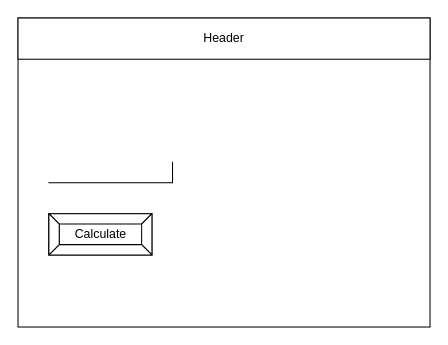
This is design/story-board.drawio from Chloe-Havel/ICS20-assinment-5, a draw.io file, before an edit. Source tidied: cells renumbered, new cells numbered last; positions are measured from the earlier drawing's top-left corner, leaving out a move shared by most shapes. Both pictures are drawn from the tidied source at 103%, with x=0, y=0 at pixel (18, 18).
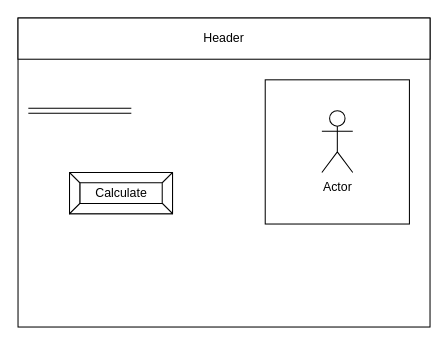
Above is the later version.

Change to the diagram source:
```diff
@@
 <mxGraphModel>
   <root>
     <mxCell id="0" />
     <mxCell id="1" parent="0" />
-    <mxCell id="2" style="rounded=0;whiteSpace=wrap;html=1;" parent="1" vertex="1">
-      <mxGeometry width="400" height="300" as="geometry" />
-    </mxCell>
+    <mxCell id="5" style="rounded=0;whiteSpace=wrap;html=1;" parent="1" vertex="1">
+      <mxGeometry width="400" height="300" as="geometry" />
+    </mxCell>
     <mxCell id="3" value="Header" style="rounded=0;whiteSpace=wrap;html=1;" parent="1" vertex="1">
       <mxGeometry width="400" height="40" as="geometry" />
     </mxCell>
-    <mxCell id="4" style="shape=partialRectangle;whiteSpace=wrap;html=1;top=0;left=0;fillColor=none;" parent="1" vertex="1">
-      <mxGeometry x="30" y="140" width="120" height="20" as="geometry" />
-    </mxCell>
-    <mxCell id="5" value="Calculate" style="labelPosition=center;verticalLabelPosition=middle;align=center;html=1;shape=mxgraph.basic.button;dx=10;" parent="1" vertex="1">
-      <mxGeometry x="30" y="190" width="100" height="40" as="geometry" />
-    </mxCell>
+    <mxCell id="6" value="Calculate" style="labelPosition=center;verticalLabelPosition=middle;align=center;html=1;shape=mxgraph.basic.button;dx=10;" parent="1" vertex="1">
+      <mxGeometry x="50" y="150" width="100" height="40" as="geometry" />
+    </mxCell>
+    <mxCell id="7" style="shape=link;html=1;width=-5;" parent="1" edge="1">
+      <mxGeometry relative="1" as="geometry">
+        <mxPoint x="10" y="90" as="sourcePoint" />
+        <mxPoint x="110" y="90" as="targetPoint" />
+      </mxGeometry>
+    </mxCell>
+    <mxCell id="8" style="whiteSpace=wrap;html=1;" parent="1" vertex="1">
+      <mxGeometry x="240" y="60" width="140" height="140" as="geometry" />
+    </mxCell>
+    <mxCell id="9" value="Actor" style="shape=umlActor;verticalLabelPosition=bottom;verticalAlign=top;html=1;" parent="1" vertex="1">
+      <mxGeometry x="295" y="90" width="30" height="60" as="geometry" />
+    </mxCell>
   </root>
 </mxGraphModel>
```
